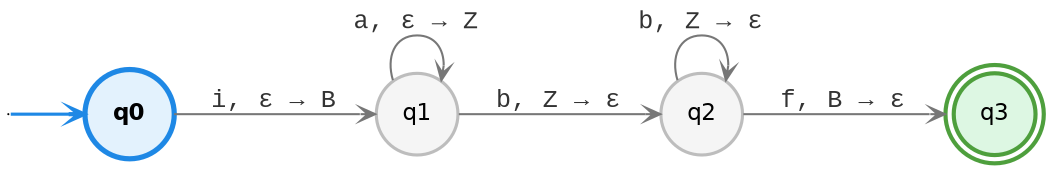
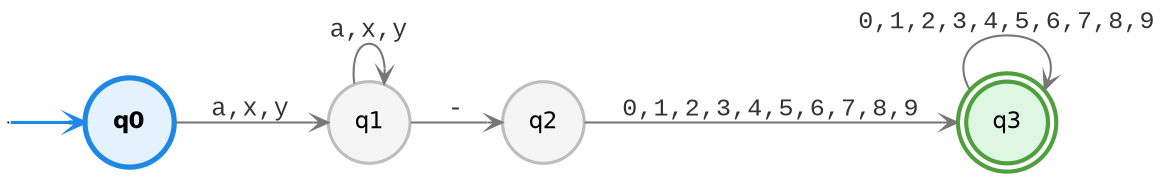
digraph G {
  rankdir=LR;
  size="8,5";
  node [fontname="Helvetica", fontsize=11, margin=0.1];
  edge [arrowsize=0.7, arrowhead=vee, fontname="Courier New", fontsize=12, fontcolor="#333333", color="#777777"];
  qi [shape=point, width=0];
  "q0" [shape=circle, style=filled, fillcolor="#E3F2FD", color="#1E88E5", penwidth=2.5, fontname="Helvetica-Bold"];
  "q1" [shape=circle, style=filled, fillcolor="#F5F5F5", color="#BDBDBD", penwidth=1.5];
  "q2" [shape=circle, style=filled, fillcolor="#F5F5F5", color="#BDBDBD", penwidth=1.5];
  "q3" [shape=doublecircle, style=filled, fillcolor="#DDF7E3", color="#4E9F3D", penwidth=2];

  qi -> "q0" [color="#1E88E5", penwidth=1.5];
-   "q0" -> "q1" [label="i, ε → B"];
-   "q1" -> "q1" [label="a, ε → Z"];
-   "q1" -> "q2" [label="b, Z → ε"];
-   "q2" -> "q3" [label="f, B → ε"];
-   "q2" -> "q2" [label="b, Z → ε"];
+   "q0" -> "q1" [label="a,x,y"];
+   "q1" -> "q1" [label="a,x,y"];
+   "q1" -> "q2" [label="-"];
+   "q2" -> "q3" [label="0,1,2,3,4,5,6,7,8,9"];
+   "q3" -> "q3" [label="0,1,2,3,4,5,6,7,8,9"];
}
